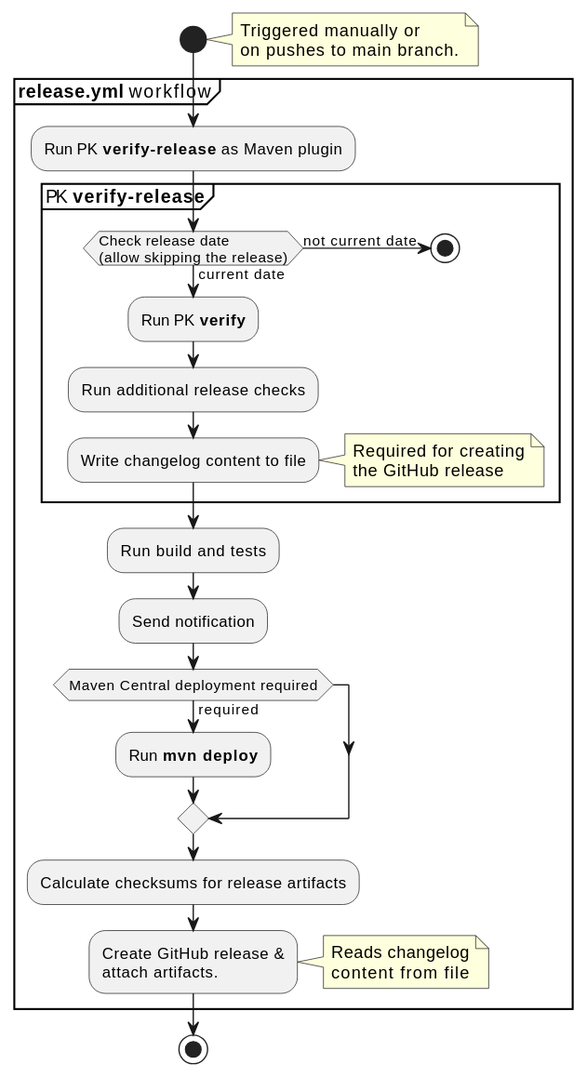
This is doc/images/release_process.svg from exasol/project-keeper, a PlantUML export, as it was before one commit. Source of this version:
```plantuml
@startuml
start
note right
  Triggered manually or
  on pushes to main branch.
end note
group **release.yml** workflow
  :Run PK **verify-release** as Maven plugin;
  group PK **verify-release**
    if(Check release date\n(allow skipping the release)) then (current date)
      :Run PK **verify**;
      :Run additional release checks;
      :Write changelog content to file;
      note right
        Required for creating
        the GitHub release
      end note
    else (not current date)
      stop
    endif
  end group
  :Run build and tests;
  :Send notification;
  if(Maven Central deployment required) then (required)
    :Run **mvn deploy**;
  endif
  :Calculate checksums for release artifacts;
  :Create GitHub release &
  attach artifacts.;
  note right
    Reads changelog
    content from file
  end note
end group
stop
@enduml
```
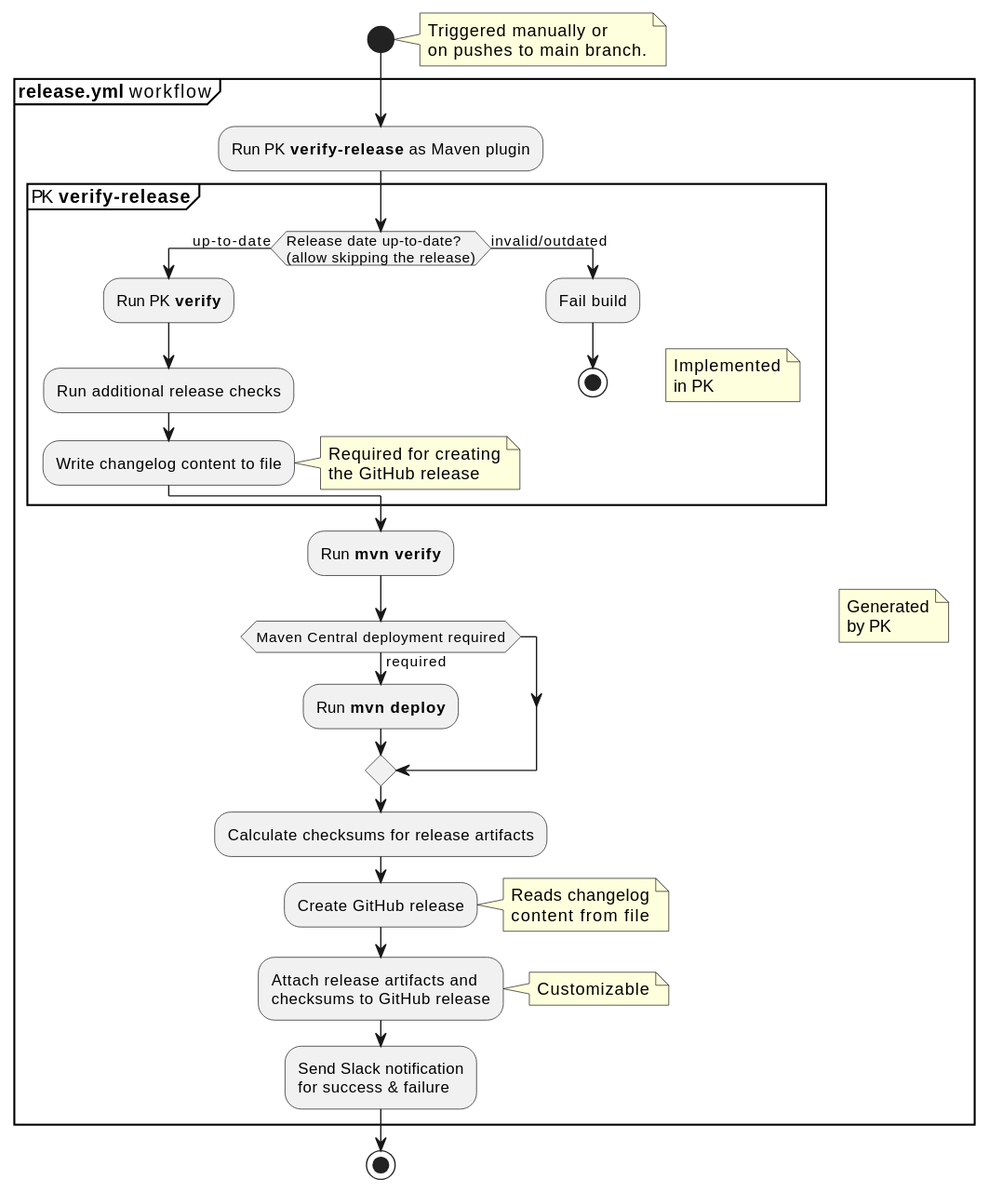
After the commit.

What changed in the source:
```diff
@@ -5,9 +5,17 @@
   on pushes to main branch.
 end note
 group **release.yml** workflow
+  note right
+    Generated
+    by PK
+  end note
   :Run PK **verify-release** as Maven plugin;
   group PK **verify-release**
-    if(Check release date\n(allow skipping the release)) then (current date)
+    note right
+      Implemented
+      in PK
+    end note
+    if(Release date up-to-date?\n(allow skipping the release)) then (up-to-date)
       :Run PK **verify**;
       :Run additional release checks;
       :Write changelog content to file;
@@ -15,22 +23,28 @@
         Required for creating
         the GitHub release
       end note
-    else (not current date)
+    else (invalid/outdated)
+      :Fail build;
       stop
     endif
   end group
-  :Run build and tests;
-  :Send notification;
+  :Run **mvn verify**;
   if(Maven Central deployment required) then (required)
     :Run **mvn deploy**;
   endif
   :Calculate checksums for release artifacts;
-  :Create GitHub release &
-  attach artifacts.;
+  :Create GitHub release;
   note right
     Reads changelog
     content from file
   end note
+  :Attach release artifacts and
+  checksums to GitHub release;
+  note right
+    Customizable
+  end note
+  :Send Slack notification
+  for success & failure;
 end group
 stop
 @enduml
```
